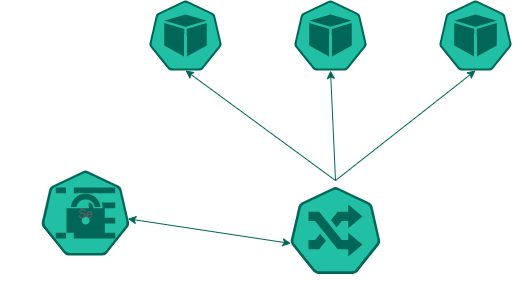
Earlier version of the draw.io export diagrams/ingress.drawio.png (pieterv-icloud-com/cert-manager-demo). Source tidied: cells renumbered, new cells last; positions are measured from the earlier drawing's top-left corner, leaving out a move shared by most shapes.
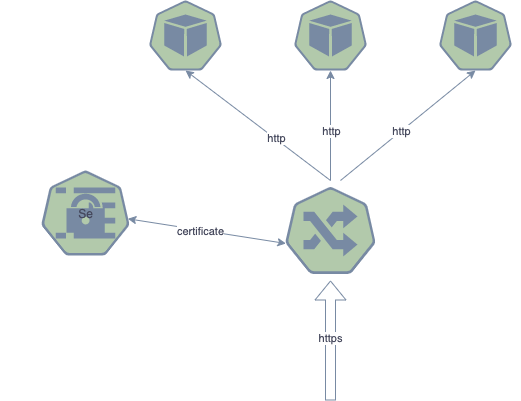
Later version of the same file.

Change to the diagram source:
```diff
@@ -2,32 +2,54 @@
   <root>
     <mxCell id="0" />
     <mxCell id="1" parent="0" />
-    <mxCell id="2" style="html=1;dashed=0;whitespace=wrap;fillColor=#21C0A5;strokeColor=#006658;points=[[0.005,0.63,0],[0.1,0.2,0],[0.9,0.2,0],[0.5,0,0],[0.995,0.63,0],[0.72,0.99,0],[0.5,1,0],[0.28,0.99,0]];shape=mxgraph.kubernetes.icon;prIcon=pod;fontColor=#5C5C5C;" parent="1" vertex="1">
+    <mxCell id="2" style="html=1;dashed=0;whitespace=wrap;fillColor=#B2C9AB;strokeColor=#788AA3;points=[[0.005,0.63,0],[0.1,0.2,0],[0.9,0.2,0],[0.5,0,0],[0.995,0.63,0],[0.72,0.99,0],[0.5,1,0],[0.28,0.99,0]];shape=mxgraph.kubernetes.icon;prIcon=pod;fontColor=#46495D;" parent="1" vertex="1">
       <mxGeometry x="140" width="90" height="70" as="geometry" />
     </mxCell>
-    <mxCell id="3" style="html=1;dashed=0;whitespace=wrap;fillColor=#21C0A5;strokeColor=#006658;points=[[0.005,0.63,0],[0.1,0.2,0],[0.9,0.2,0],[0.5,0,0],[0.995,0.63,0],[0.72,0.99,0],[0.5,1,0],[0.28,0.99,0]];shape=mxgraph.kubernetes.icon;prIcon=pod;fontColor=#5C5C5C;" parent="1" vertex="1">
+    <mxCell id="3" style="html=1;dashed=0;whitespace=wrap;fillColor=#B2C9AB;strokeColor=#788AA3;points=[[0.005,0.63,0],[0.1,0.2,0],[0.9,0.2,0],[0.5,0,0],[0.995,0.63,0],[0.72,0.99,0],[0.5,1,0],[0.28,0.99,0]];shape=mxgraph.kubernetes.icon;prIcon=pod;fontColor=#46495D;" parent="1" vertex="1">
       <mxGeometry x="285" width="90" height="70" as="geometry" />
     </mxCell>
-    <mxCell id="4" style="html=1;dashed=0;whitespace=wrap;fillColor=#21C0A5;strokeColor=#006658;points=[[0.005,0.63,0],[0.1,0.2,0],[0.9,0.2,0],[0.5,0,0],[0.995,0.63,0],[0.72,0.99,0],[0.5,1,0],[0.28,0.99,0]];shape=mxgraph.kubernetes.icon;prIcon=pod;fontColor=#5C5C5C;" parent="1" vertex="1">
+    <mxCell id="4" style="html=1;dashed=0;whitespace=wrap;fillColor=#B2C9AB;strokeColor=#788AA3;points=[[0.005,0.63,0],[0.1,0.2,0],[0.9,0.2,0],[0.5,0,0],[0.995,0.63,0],[0.72,0.99,0],[0.5,1,0],[0.28,0.99,0]];shape=mxgraph.kubernetes.icon;prIcon=pod;fontColor=#46495D;" parent="1" vertex="1">
       <mxGeometry x="430" width="90" height="70" as="geometry" />
     </mxCell>
-    <mxCell id="5" style="html=1;dashed=0;whitespace=wrap;fillColor=#21C0A5;strokeColor=#006658;points=[[0.005,0.63,0],[0.1,0.2,0],[0.9,0.2,0],[0.5,0,0],[0.995,0.63,0],[0.72,0.99,0],[0.5,1,0],[0.28,0.99,0]];shape=mxgraph.kubernetes.icon;prIcon=ing;fontColor=#5C5C5C;" parent="1" vertex="1">
-      <mxGeometry x="290" y="180" width="90" height="100" as="geometry" />
+    <mxCell id="5" style="html=1;dashed=0;whitespace=wrap;fillColor=#B2C9AB;strokeColor=#788AA3;points=[[0.005,0.63,0],[0.1,0.2,0],[0.9,0.2,0],[0.5,0,0],[0.995,0.63,0],[0.72,0.99,0],[0.5,1,0],[0.28,0.99,0]];shape=mxgraph.kubernetes.icon;prIcon=ing;fontColor=#46495D;" parent="1" vertex="1">
+      <mxGeometry x="285" y="180" width="90" height="100" as="geometry" />
     </mxCell>
-    <mxCell id="6" value="Se" style="html=1;dashed=0;whitespace=wrap;fillColor=#21C0A5;strokeColor=#006658;points=[[0.005,0.63,0],[0.1,0.2,0],[0.9,0.2,0],[0.5,0,0],[0.995,0.63,0],[0.72,0.99,0],[0.5,1,0],[0.28,0.99,0]];shape=mxgraph.kubernetes.icon;prIcon=secret;fontColor=#5C5C5C;" parent="1" vertex="1">
+    <mxCell id="6" value="Se" style="html=1;dashed=0;whitespace=wrap;fillColor=#B2C9AB;strokeColor=#788AA3;points=[[0.005,0.63,0],[0.1,0.2,0],[0.9,0.2,0],[0.5,0,0],[0.995,0.63,0],[0.72,0.99,0],[0.5,1,0],[0.28,0.99,0]];shape=mxgraph.kubernetes.icon;prIcon=secret;fontColor=#46495D;" parent="1" vertex="1">
       <mxGeometry y="170" width="170" height="85" as="geometry" />
     </mxCell>
-    <mxCell id="7" style="endArrow=classic;html=1;entryX=0.5;entryY=1;entryDx=0;entryDy=0;entryPerimeter=0;exitX=0.5;exitY=0;exitDx=0;exitDy=0;exitPerimeter=0;strokeColor=#006658;fontColor=#5C5C5C;" parent="1" edge="1" source="5" target="4">
-      <mxGeometry relative="1" as="geometry" />
-    </mxCell>
-    <mxCell id="8" style="endArrow=classic;html=1;entryX=0.5;entryY=1;entryDx=0;entryDy=0;entryPerimeter=0;exitX=0.5;exitY=0;exitDx=0;exitDy=0;exitPerimeter=0;strokeColor=#006658;fontColor=#5C5C5C;" parent="1" edge="1" source="5" target="3">
+    <mxCell id="8" style="endArrow=classic;html=1;entryX=0.5;entryY=1;entryDx=0;entryDy=0;entryPerimeter=0;exitX=0.5;exitY=0;exitDx=0;exitDy=0;exitPerimeter=0;strokeColor=#788AA3;fontColor=#46495D;" parent="1" edge="1" source="5" target="3">
       <mxGeometry relative="1" as="geometry" />
     </mxCell>
+    <mxCell id="11" value="http" style="edgeLabel;html=1;align=center;verticalAlign=middle;fontColor=#46495D;" parent="8" vertex="1">
+      <mxGeometry x="-0.1" relative="1" as="geometry" />
+    </mxCell>
-    <mxCell id="9" style="endArrow=classic;html=1;entryX=0.5;entryY=1;entryDx=0;entryDy=0;entryPerimeter=0;exitX=0.5;exitY=0;exitDx=0;exitDy=0;exitPerimeter=0;strokeColor=#006658;fontColor=#5C5C5C;" parent="1" edge="1" source="5" target="2">
+    <mxCell id="9" style="endArrow=classic;html=1;entryX=0.5;entryY=1;entryDx=0;entryDy=0;entryPerimeter=0;exitX=0.5;exitY=0;exitDx=0;exitDy=0;exitPerimeter=0;strokeColor=#788AA3;fontColor=#46495D;" parent="1" edge="1" source="5" target="2">
       <mxGeometry relative="1" as="geometry" />
     </mxCell>
+    <mxCell id="12" value="http" style="edgeLabel;html=1;align=center;verticalAlign=middle;fontColor=#46495D;" parent="9" vertex="1">
+      <mxGeometry x="-0.24" y="-1" relative="1" as="geometry" />
+    </mxCell>
-    <mxCell id="10" style="endArrow=classic;startArrow=classic;html=1;exitX=0.749;exitY=0.568;exitDx=0;exitDy=0;exitPerimeter=0;entryX=0.005;entryY=0.63;entryDx=0;entryDy=0;entryPerimeter=0;strokeColor=#006658;fontColor=#5C5C5C;" parent="1" edge="1" source="6" target="5">
+    <mxCell id="10" style="endArrow=classic;startArrow=classic;html=1;exitX=0.749;exitY=0.568;exitDx=0;exitDy=0;exitPerimeter=0;entryX=0.005;entryY=0.63;entryDx=0;entryDy=0;entryPerimeter=0;strokeColor=#788AA3;fontColor=#46495D;" parent="1" edge="1" source="6" target="5">
       <mxGeometry relative="1" as="geometry" />
     </mxCell>
+    <mxCell id="13" value="certificate" style="edgeLabel;html=1;align=center;verticalAlign=middle;fontColor=#46495D;" parent="10" vertex="1">
+      <mxGeometry x="-0.09" y="-1" relative="1" as="geometry" />
+    </mxCell>
+    <mxCell id="14" style="endArrow=classic;html=1;entryX=0.5;entryY=1;entryDx=0;entryDy=0;entryPerimeter=0;strokeColor=#788AA3;fontColor=#46495D;" parent="1" edge="1" target="4">
+      <mxGeometry relative="1" as="geometry">
+        <mxPoint x="340" y="180" as="sourcePoint" />
+      </mxGeometry>
+    </mxCell>
+    <mxCell id="15" value="http" style="edgeLabel;html=1;align=center;verticalAlign=middle;fontColor=#46495D;" parent="14" vertex="1">
+      <mxGeometry x="-0.1" relative="1" as="geometry" />
+    </mxCell>
+    <mxCell id="16" style="shape=flexArrow;endArrow=classic;html=1;entryX=0.5;entryY=1;entryDx=0;entryDy=0;entryPerimeter=0;strokeColor=#788AA3;fontColor=#46495D;" parent="1" edge="1" target="5">
+      <mxGeometry relative="1" as="geometry">
+        <mxPoint x="330" y="400" as="sourcePoint" />
+      </mxGeometry>
+    </mxCell>
+    <mxCell id="17" value="https" style="edgeLabel;html=1;align=center;verticalAlign=middle;fontColor=#46495D;" parent="16" vertex="1">
+      <mxGeometry x="0.04" y="1" relative="1" as="geometry" />
+    </mxCell>
   </root>
 </mxGraphModel>
```
